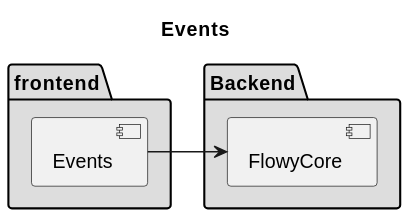
This is uml/output/inter_process_commuciate-Events.svg from AppFlowy-IO/AppFlowy-Docs, a PlantUML export, as it was before one commit. Source of this version:
```plantuml
@startuml
title Events

package "frontend" #DDDDDD {
    component Events
}

package "Backend" #DDDDDD {
    component FlowyCore
}

FlowyCore <-l- Events
@enduml
```
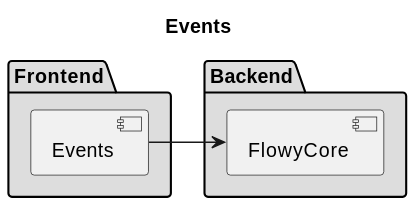
The same diagram one commit later.

Diff of the diagram source:
```diff
@@ -1,7 +1,7 @@
 @startuml
 title Events
 
-package "frontend" #DDDDDD {
+package "Frontend" #DDDDDD {
     component Events
 }
 
```
